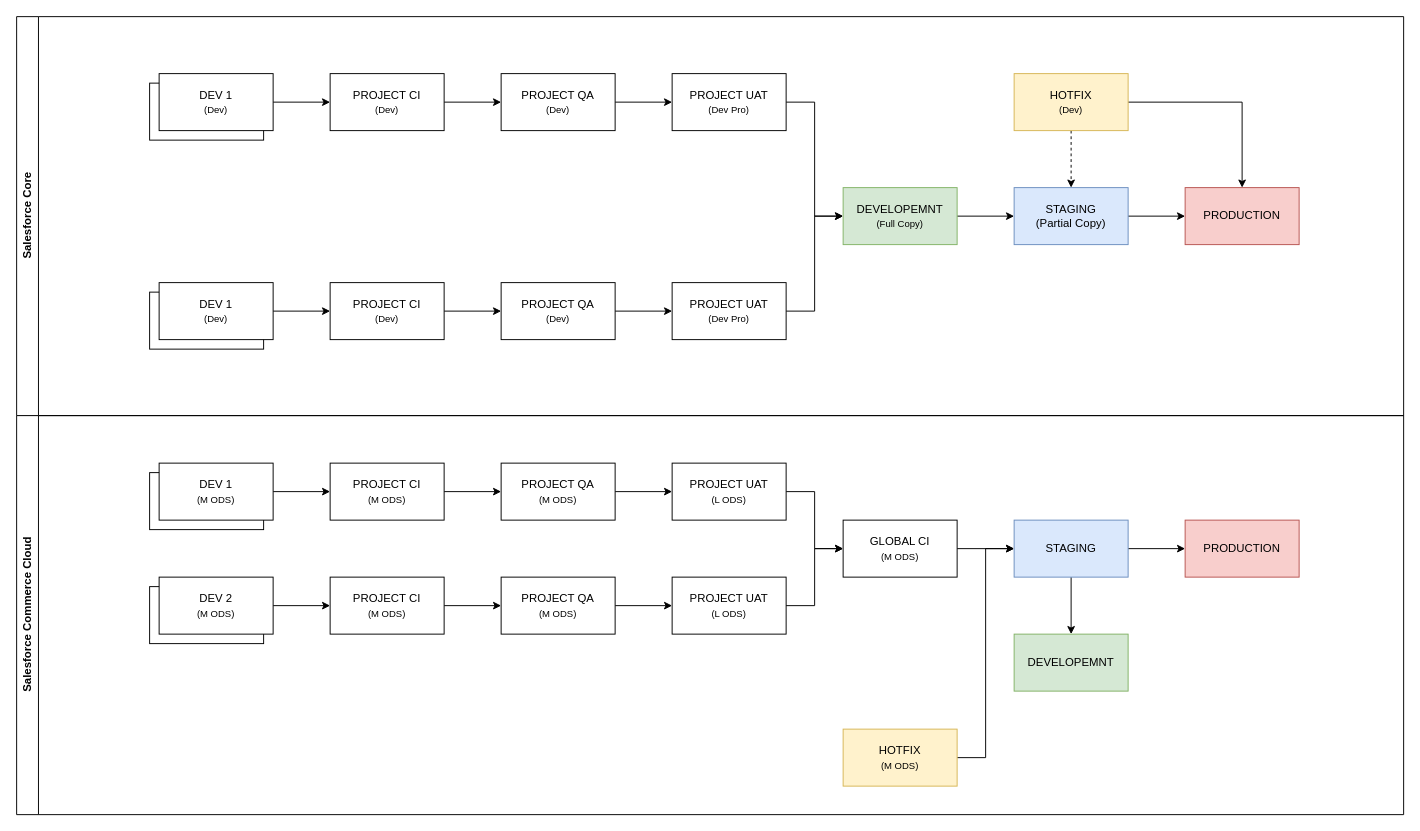
The draw.io diagram hal-ci-cd.drawio in pettll/diagrams, before the edit. Source tidied: cells renumbered, new cells numbered last; positions are measured from the earlier drawing's top-left corner, leaving out a move shared by most shapes. Both pictures are drawn from the tidied source at 95%, with x=0, y=0 at pixel (16, 16).
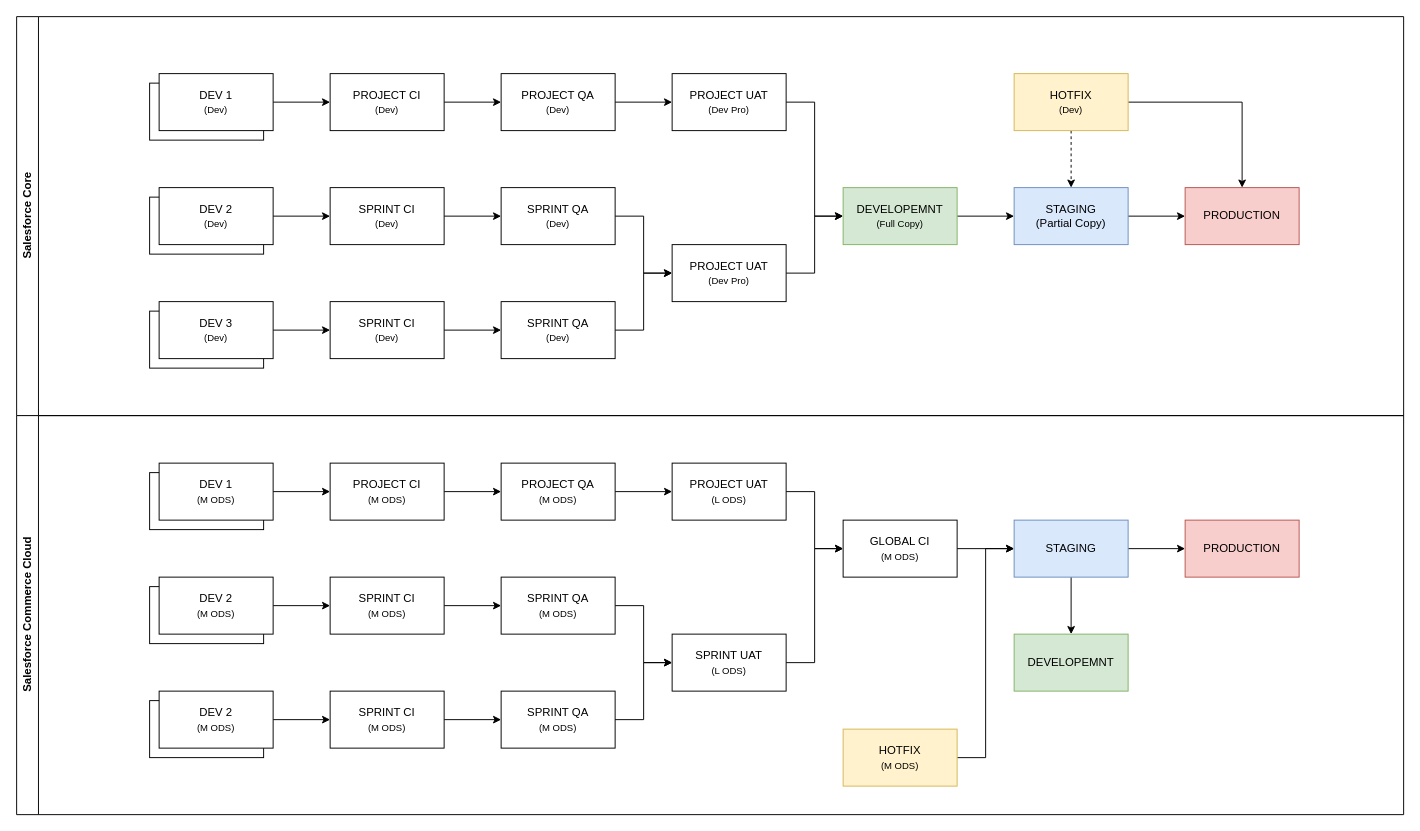
The same page after the edit.

The change refers to these unchanged cells:
```xml
<mxCell id="51" value="Salesforce Core" style="swimlane;horizontal=0;whiteSpace=wrap;html=1;" parent="1" vertex="1">
  <mxGeometry width="1460" height="420" as="geometry" />
</mxCell>
<mxCell id="53" value="Salesforce Commerce Cloud" style="swimlane;horizontal=0;whiteSpace=wrap;html=1;" parent="1" vertex="1">
  <mxGeometry y="420" width="1460" height="420" as="geometry" />
</mxCell>
```

Change to the diagram source:
```diff
@@
-    <mxCell id="4" style="edgeStyle=orthogonalEdgeStyle;rounded=0;jettySize=auto;html=1;entryX=0;entryY=0.5;entryDx=0;entryDy=0;" parent="1" edge="1" source="56" target="7">
-      <mxGeometry relative="1" as="geometry" />
-    </mxCell>
@@
-    <mxCell id="6" style="edgeStyle=orthogonalEdgeStyle;rounded=0;jettySize=auto;html=1;entryX=0;entryY=0.5;entryDx=0;entryDy=0;" parent="1" edge="1" source="7" target="11">
-      <mxGeometry relative="1" as="geometry" />
-    </mxCell>
-    <mxCell id="7" value="PROJECT CI&lt;div&gt;&lt;span style=&quot;font-size: 10px;&quot;&gt;(Dev)&lt;/span&gt;&lt;/div&gt;" style="rounded=0;whiteSpace=wrap;html=1;" parent="1" vertex="1">
-      <mxGeometry x="330" y="280" width="120" height="60" as="geometry" />
-    </mxCell>
@@
-    <mxCell id="10" style="edgeStyle=orthogonalEdgeStyle;rounded=0;jettySize=auto;html=1;entryX=0;entryY=0.5;entryDx=0;entryDy=0;" parent="1" edge="1" source="11" target="15">
-      <mxGeometry relative="1" as="geometry" />
-    </mxCell>
-    <mxCell id="11" value="PROJECT QA&lt;div&gt;&lt;span style=&quot;font-size: 10px;&quot;&gt;(Dev)&lt;/span&gt;&lt;/div&gt;" style="rounded=0;whiteSpace=wrap;html=1;" parent="1" vertex="1">
-      <mxGeometry x="510" y="280" width="120" height="60" as="geometry" />
-    </mxCell>
@@
-    <mxCell id="15" value="PROJECT UAT&lt;div&gt;&lt;font style=&quot;font-size: 10px;&quot;&gt;(Dev Pro)&lt;/font&gt;&lt;/div&gt;" style="rounded=0;whiteSpace=wrap;html=1;" parent="1" vertex="1">
-      <mxGeometry x="690" y="280" width="120" height="60" as="geometry" />
-    </mxCell>
@@
-    <mxCell id="42" value="PROJECT CI&lt;div&gt;&lt;span style=&quot;font-size: 10px;&quot;&gt;(M ODS)&lt;/span&gt;&lt;/div&gt;" style="rounded=0;whiteSpace=wrap;html=1;" parent="1" vertex="1">
+    <mxCell id="42" value="SPRINT CI&lt;div&gt;&lt;span style=&quot;font-size: 10px;&quot;&gt;(M ODS)&lt;/span&gt;&lt;/div&gt;" style="rounded=0;whiteSpace=wrap;html=1;" parent="1" vertex="1">
       <mxGeometry x="330" y="590" width="120" height="60" as="geometry" />
     </mxCell>
@@
-    <mxCell id="44" value="PROJECT QA&lt;div&gt;&lt;span style=&quot;font-size: 10px;&quot;&gt;(M ODS)&lt;/span&gt;&lt;/div&gt;" style="rounded=0;whiteSpace=wrap;html=1;" parent="1" vertex="1">
+    <mxCell id="44" value="SPRINT QA&lt;div&gt;&lt;span style=&quot;font-size: 10px;&quot;&gt;(M ODS)&lt;/span&gt;&lt;/div&gt;" style="rounded=0;whiteSpace=wrap;html=1;" parent="1" vertex="1">
       <mxGeometry x="510" y="590" width="120" height="60" as="geometry" />
     </mxCell>
-    <mxCell id="45" value="PROJECT UAT&lt;div&gt;&lt;span style=&quot;font-size: 10px;&quot;&gt;(L ODS)&lt;/span&gt;&lt;/div&gt;" style="rounded=0;whiteSpace=wrap;html=1;" parent="1" vertex="1">
-      <mxGeometry x="690" y="590" width="120" height="60" as="geometry" />
-    </mxCell>
@@
+    <mxCell id="4" style="edgeStyle=orthogonalEdgeStyle;rounded=0;jettySize=auto;html=1;entryX=0;entryY=0.5;entryDx=0;entryDy=0;" parent="51" edge="1" source="56" target="7">
+      <mxGeometry relative="1" as="geometry" />
+    </mxCell>
+    <mxCell id="6" style="edgeStyle=orthogonalEdgeStyle;rounded=0;jettySize=auto;html=1;entryX=0;entryY=0.5;entryDx=0;entryDy=0;" parent="51" edge="1" source="7" target="11">
+      <mxGeometry relative="1" as="geometry" />
+    </mxCell>
+    <mxCell id="7" value="SPRINT CI&lt;div&gt;&lt;span style=&quot;font-size: 10px;&quot;&gt;(Dev)&lt;/span&gt;&lt;/div&gt;" style="rounded=0;whiteSpace=wrap;html=1;" parent="51" vertex="1">
+      <mxGeometry x="330" y="180" width="120" height="60" as="geometry" />
+    </mxCell>
+    <mxCell id="10" style="edgeStyle=orthogonalEdgeStyle;rounded=0;jettySize=auto;html=1;entryX=0;entryY=0.5;entryDx=0;entryDy=0;" parent="51" edge="1" source="11" target="15">
+      <mxGeometry relative="1" as="geometry" />
+    </mxCell>
+    <mxCell id="11" value="SPRINT QA&lt;div&gt;&lt;span style=&quot;font-size: 10px;&quot;&gt;(Dev)&lt;/span&gt;&lt;/div&gt;" style="rounded=0;whiteSpace=wrap;html=1;" parent="51" vertex="1">
+      <mxGeometry x="510" y="180" width="120" height="60" as="geometry" />
+    </mxCell>
     <mxCell id="52" style="rounded=0;whiteSpace=wrap;html=1;" parent="51" vertex="1">
-      <mxGeometry x="140" y="290" width="120" height="60" as="geometry" />
+      <mxGeometry x="140" y="190" width="120" height="60" as="geometry" />
     </mxCell>
+    <mxCell id="56" value="DEV 2&lt;div&gt;&lt;span style=&quot;font-size: 10px;&quot;&gt;(Dev)&lt;/span&gt;&lt;/div&gt;" style="rounded=0;whiteSpace=wrap;html=1;" parent="51" vertex="1">
+      <mxGeometry x="150" y="180" width="120" height="60" as="geometry" />
+    </mxCell>
+    <mxCell id="15" value="PROJECT UAT&lt;div&gt;&lt;font style=&quot;font-size: 10px;&quot;&gt;(Dev Pro)&lt;/font&gt;&lt;/div&gt;" style="rounded=0;whiteSpace=wrap;html=1;" parent="51" vertex="1">
+      <mxGeometry x="690" y="240" width="120" height="60" as="geometry" />
+    </mxCell>
+    <mxCell id="57" style="edgeStyle=orthogonalEdgeStyle;rounded=0;jettySize=auto;html=1;entryX=0;entryY=0.5;entryDx=0;entryDy=0;" parent="51" edge="1" source="63" target="59">
+      <mxGeometry relative="1" as="geometry" />
+    </mxCell>
+    <mxCell id="58" style="edgeStyle=orthogonalEdgeStyle;rounded=0;jettySize=auto;html=1;entryX=0;entryY=0.5;entryDx=0;entryDy=0;" parent="51" edge="1" source="59" target="61">
+      <mxGeometry relative="1" as="geometry" />
+    </mxCell>
+    <mxCell id="59" value="SPRINT CI&lt;div&gt;&lt;span style=&quot;font-size: 10px;&quot;&gt;(Dev)&lt;/span&gt;&lt;/div&gt;" style="rounded=0;whiteSpace=wrap;html=1;" parent="51" vertex="1">
+      <mxGeometry x="330" y="300" width="120" height="60" as="geometry" />
+    </mxCell>
+    <mxCell id="60" style="edgeStyle=orthogonalEdgeStyle;rounded=0;jettySize=auto;html=1;entryX=0;entryY=0.5;entryDx=0;entryDy=0;" parent="51" edge="1" source="61" target="15">
+      <mxGeometry relative="1" as="geometry" />
+    </mxCell>
+    <mxCell id="61" value="SPRINT QA&lt;div&gt;&lt;span style=&quot;font-size: 10px;&quot;&gt;(Dev)&lt;/span&gt;&lt;/div&gt;" style="rounded=0;whiteSpace=wrap;html=1;" parent="51" vertex="1">
+      <mxGeometry x="510" y="300" width="120" height="60" as="geometry" />
+    </mxCell>
+    <mxCell id="62" style="rounded=0;whiteSpace=wrap;html=1;" parent="51" vertex="1">
+      <mxGeometry x="140" y="310" width="120" height="60" as="geometry" />
+    </mxCell>
+    <mxCell id="63" value="DEV 3&lt;div&gt;&lt;span style=&quot;font-size: 10px;&quot;&gt;(Dev)&lt;/span&gt;&lt;/div&gt;" style="rounded=0;whiteSpace=wrap;html=1;" parent="51" vertex="1">
+      <mxGeometry x="150" y="300" width="120" height="60" as="geometry" />
+    </mxCell>
@@
+    <mxCell id="64" style="rounded=0;whiteSpace=wrap;html=1;" parent="53" vertex="1">
+      <mxGeometry x="140" y="300" width="120" height="60" as="geometry" />
+    </mxCell>
+    <mxCell id="65" style="edgeStyle=orthogonalEdgeStyle;rounded=0;jettySize=auto;html=1;entryX=0;entryY=0.5;entryDx=0;entryDy=0;" parent="53" edge="1" source="66" target="68">
+      <mxGeometry relative="1" as="geometry" />
+    </mxCell>
+    <mxCell id="66" value="DEV 2&lt;div&gt;&lt;span style=&quot;font-size: 10px;&quot;&gt;(M ODS)&lt;/span&gt;&lt;/div&gt;" style="rounded=0;whiteSpace=wrap;html=1;" parent="53" vertex="1">
+      <mxGeometry x="150" y="290" width="120" height="60" as="geometry" />
+    </mxCell>
+    <mxCell id="67" style="edgeStyle=orthogonalEdgeStyle;rounded=0;jettySize=auto;html=1;entryX=0;entryY=0.5;entryDx=0;entryDy=0;" parent="53" edge="1" source="68" target="69">
+      <mxGeometry relative="1" as="geometry" />
+    </mxCell>
+    <mxCell id="68" value="SPRINT CI&lt;div&gt;&lt;span style=&quot;font-size: 10px;&quot;&gt;(M ODS)&lt;/span&gt;&lt;/div&gt;" style="rounded=0;whiteSpace=wrap;html=1;" parent="53" vertex="1">
+      <mxGeometry x="330" y="290" width="120" height="60" as="geometry" />
+    </mxCell>
+    <mxCell id="69" value="SPRINT QA&lt;div&gt;&lt;span style=&quot;font-size: 10px;&quot;&gt;(M ODS)&lt;/span&gt;&lt;/div&gt;" style="rounded=0;whiteSpace=wrap;html=1;" parent="53" vertex="1">
+      <mxGeometry x="510" y="290" width="120" height="60" as="geometry" />
+    </mxCell>
+    <mxCell id="45" value="SPRINT UAT&lt;div&gt;&lt;span style=&quot;font-size: 10px;&quot;&gt;(L ODS)&lt;/span&gt;&lt;/div&gt;" style="rounded=0;whiteSpace=wrap;html=1;" parent="53" vertex="1">
+      <mxGeometry x="690" y="230" width="120" height="60" as="geometry" />
+    </mxCell>
+    <mxCell id="70" style="edgeStyle=orthogonalEdgeStyle;rounded=0;jettySize=auto;html=1;entryX=0;entryY=0.5;entryDx=0;entryDy=0;" parent="53" edge="1" source="69" target="45">
+      <mxGeometry relative="1" as="geometry" />
+    </mxCell>
@@
-    <mxCell id="56" value="DEV 1&lt;div&gt;&lt;span style=&quot;font-size: 10px;&quot;&gt;(Dev)&lt;/span&gt;&lt;/div&gt;" style="rounded=0;whiteSpace=wrap;html=1;" parent="1" vertex="1">
-      <mxGeometry x="150" y="280" width="120" height="60" as="geometry" />
-    </mxCell>
```
